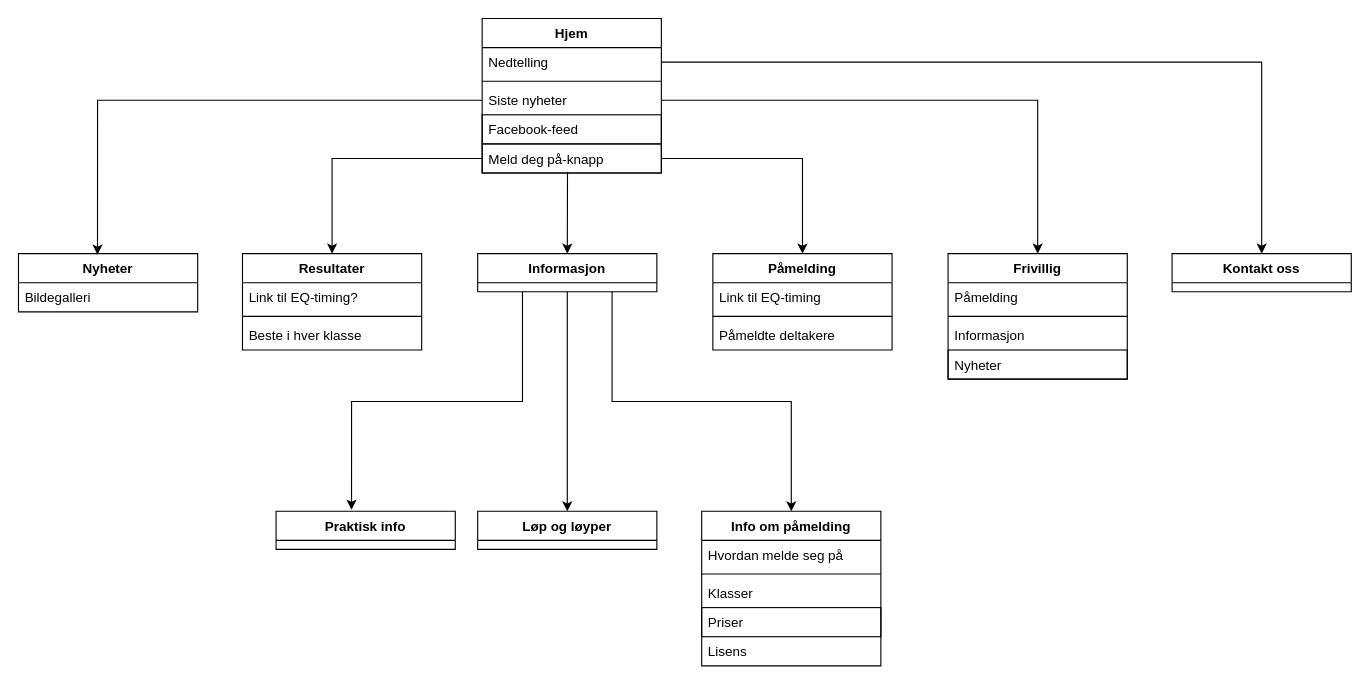
Earlier version of the draw.io diagram halden-bylop.drawio (ingridelise96/skole). Source tidied: cells renumbered, new cells numbered last; positions are measured from the earlier drawing's top-left corner, leaving out a move shared by most shapes. Both pictures are drawn from the tidied source at 112%, with x=0, y=0 at pixel (18, 18).
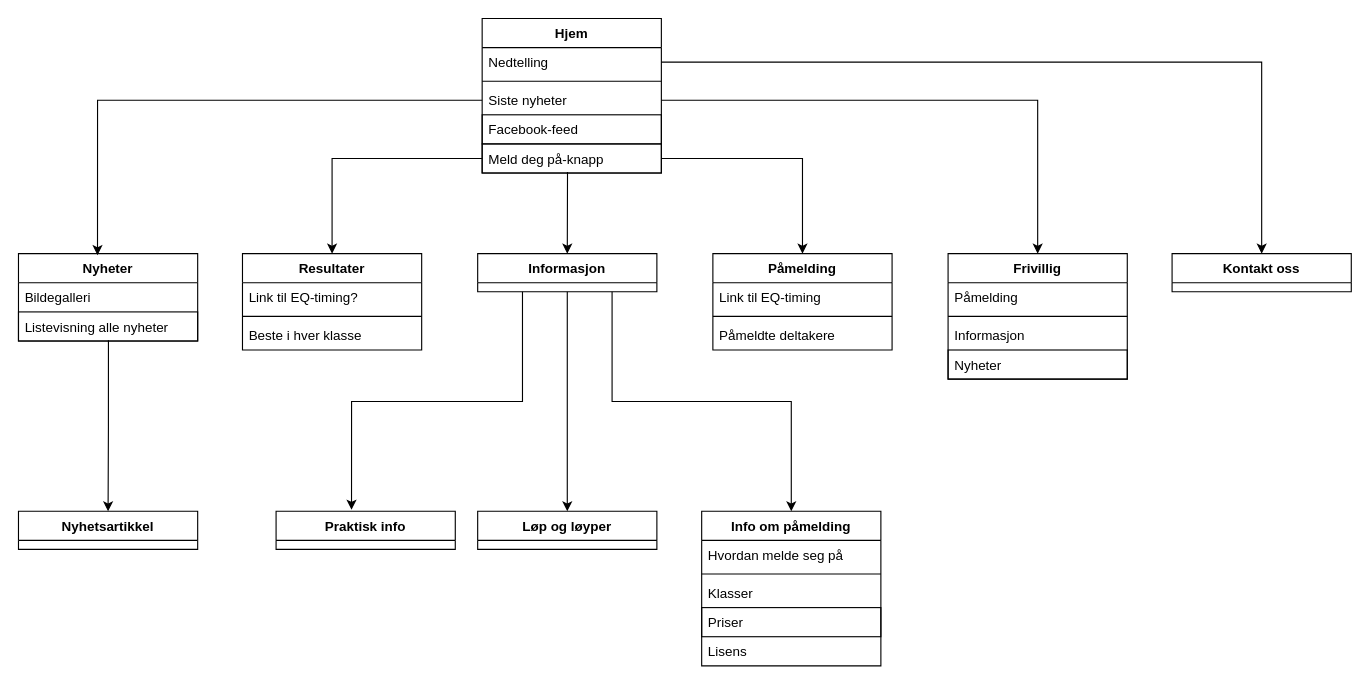
Above is the later version.

The edit, as a diff of the source:
```diff
@@
     <mxCell id="20" value="Nyheter" style="swimlane;fontStyle=1;align=center;verticalAlign=top;horizontal=1;startSize=26;strokeColor=#000000;" parent="1" vertex="1">
-      <mxGeometry y="210" width="160" height="52" as="geometry" />
+      <mxGeometry y="210" width="160" height="78" as="geometry" />
     </mxCell>
+    <mxCell id="42" value="Bildegalleri" style="text;strokeColor=none;fillColor=none;align=left;verticalAlign=top;spacingLeft=4;spacingRight=4;overflow=hidden;" parent="20" vertex="1">
+      <mxGeometry y="26" width="160" height="26" as="geometry" />
+    </mxCell>
-    <mxCell id="21" value="Bildegalleri" style="text;strokeColor=none;fillColor=none;align=left;verticalAlign=top;spacingLeft=4;spacingRight=4;overflow=hidden;points=[[0,0.5],[1,0.5]];portConstraint=eastwest;" parent="20" vertex="1">
-      <mxGeometry y="26" width="160" height="26" as="geometry" />
+    <mxCell id="21" value="Listevisning alle nyheter" style="text;fillColor=none;align=left;verticalAlign=top;spacingLeft=4;spacingRight=4;overflow=hidden;points=[[0,0.5],[1,0.5]];portConstraint=eastwest;strokeColor=#000000;" parent="20" vertex="1">
+      <mxGeometry y="52" width="160" height="26" as="geometry" />
     </mxCell>
@@
+    <mxCell id="43" value="Nyhetsartikkel" style="swimlane;fontStyle=1;align=center;verticalAlign=top;horizontal=1;startSize=26;strokeColor=#000000;" parent="1" vertex="1">
+      <mxGeometry y="440" width="160" height="34" as="geometry" />
+    </mxCell>
+    <mxCell id="44" style="edgeStyle=orthogonalEdgeStyle;rounded=0;jettySize=auto;html=1;exitX=0.502;exitY=0.971;exitDx=0;exitDy=0;entryX=0.5;entryY=0;entryDx=0;entryDy=0;exitPerimeter=0;" parent="1" edge="1" source="21" target="43">
+      <mxGeometry relative="1" as="geometry" />
+    </mxCell>
```
